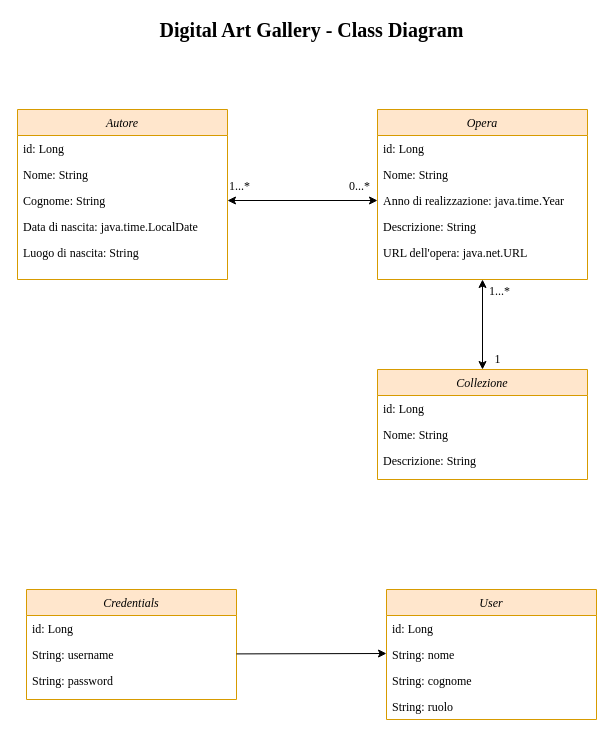
Above: SIW-Digital-Art-Gallery-2022-Class_Diagram/SIW_Digital_Art_Gallery-Class_Diagram.drawio in DavideTedesco/SIW-Digital-Art-Gallery-2022 (draw.io), before the change. Source tidied: cells renumbered, new cells numbered last; positions are measured from the earlier drawing's top-left corner, leaving out a move shared by most shapes. Both pictures are drawn from the tidied source at 100%, with x=0, y=0 at pixel (17, 19).
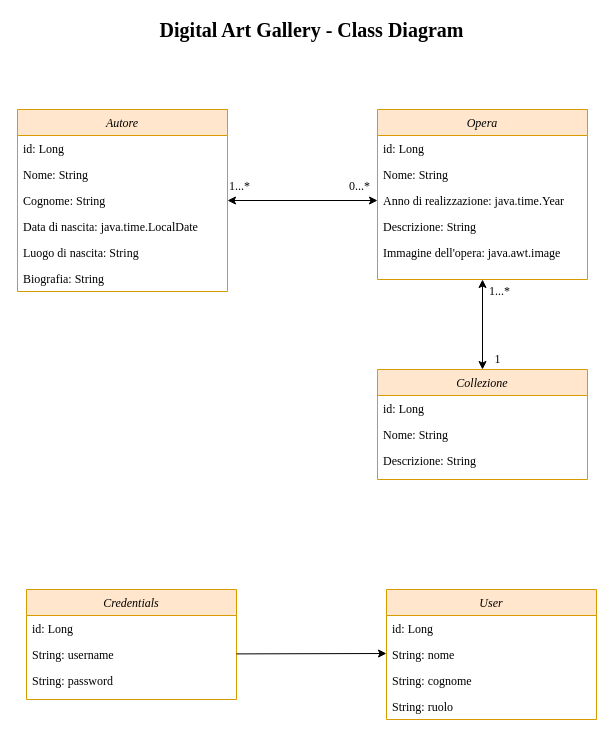
The same diagram, later.

Commit message (it also covers changes not shown here):
added mock and refreshed class diagram

The change refers to these unchanged cells:
```xml
<mxCell id="8" value="Opera" style="swimlane;fontStyle=2;align=center;verticalAlign=top;horizontal=1;startSize=26;rounded=0;shadow=0;strokeWidth=1;fillColor=#ffe6cc;strokeColor=#d79b00;fontFamily=Garamond;" parent="1" vertex="1">
  <mxGeometry x="360" y="90" width="210" height="170" as="geometry" />
</mxCell>
```

The edit, as a diff of the source:
```diff
@@
     <mxCell id="2" value="Autore" style="swimlane;fontStyle=2;align=center;verticalAlign=top;horizontal=1;startSize=26;rounded=0;shadow=0;strokeWidth=1;fillColor=#ffe6cc;strokeColor=#d79b00;fontFamily=Garamond;" parent="1" vertex="1">
-      <mxGeometry y="90" width="210" height="170" as="geometry" />
+      <mxGeometry y="90" width="210" height="182" as="geometry" />
     </mxCell>
@@
-    <mxCell id="7" value="Luogo di nascita: String" style="text;align=left;verticalAlign=top;spacingLeft=4;spacingRight=4;overflow=hidden;fontFamily=Garamond;" parent="2" vertex="1">
+    <mxCell id="7" value="Luogo di nascita: String&#10;" style="text;align=left;verticalAlign=top;spacingLeft=4;spacingRight=4;overflow=hidden;fontFamily=Garamond;" parent="2" vertex="1">
       <mxGeometry y="130" width="210" height="26" as="geometry" />
     </mxCell>
+    <mxCell id="35" value="Biografia: String" style="text;align=left;verticalAlign=top;spacingLeft=4;spacingRight=4;overflow=hidden;fontFamily=Garamond;" parent="2" vertex="1">
+      <mxGeometry y="156" width="210" height="26" as="geometry" />
+    </mxCell>
@@
-    <mxCell id="13" value="URL dell'opera: java.net.URL" style="text;align=left;verticalAlign=top;spacingLeft=4;spacingRight=4;overflow=hidden;fontStyle=0;fontFamily=Garamond;" parent="8" vertex="1">
+    <mxCell id="13" value="Immagine dell'opera: java.awt.image" style="text;align=left;verticalAlign=top;spacingLeft=4;spacingRight=4;overflow=hidden;fontStyle=0;fontFamily=Garamond;" parent="8" vertex="1">
       <mxGeometry y="130" width="210" height="26" as="geometry" />
     </mxCell>
```
